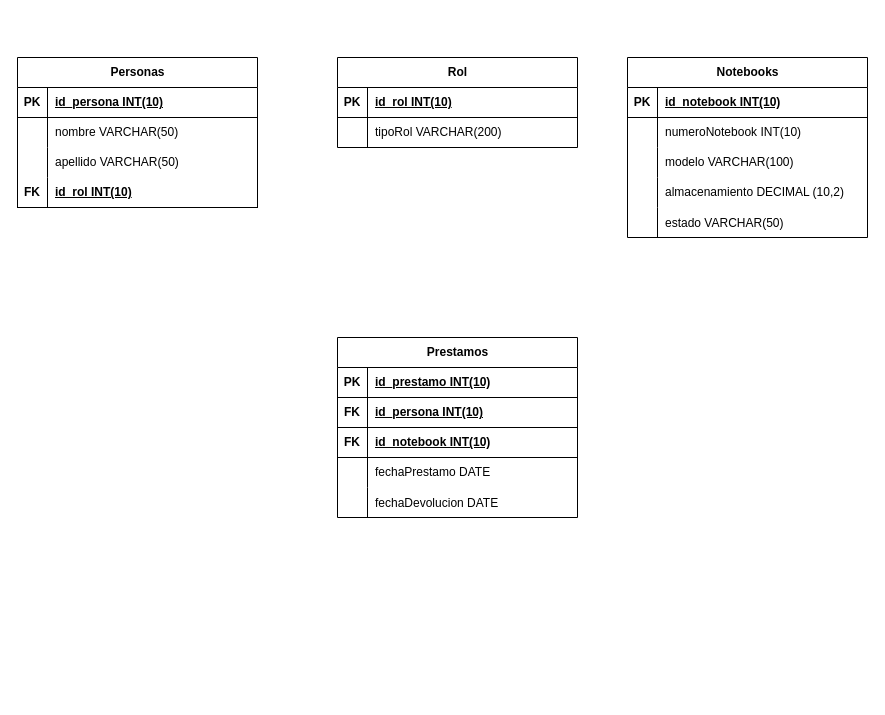
This is Sistema de Gestión de Préstamos de Notebooks en una Universidad.drawio from Francisco-Galea/Diagramas-y-Otros, a draw.io file, before an edit. Source tidied: cells renumbered, new cells numbered last; positions are measured from the earlier drawing's top-left corner, leaving out a move shared by most shapes. Both pictures are drawn from the tidied source at 100%, with x=0, y=0 at pixel (17, 57).
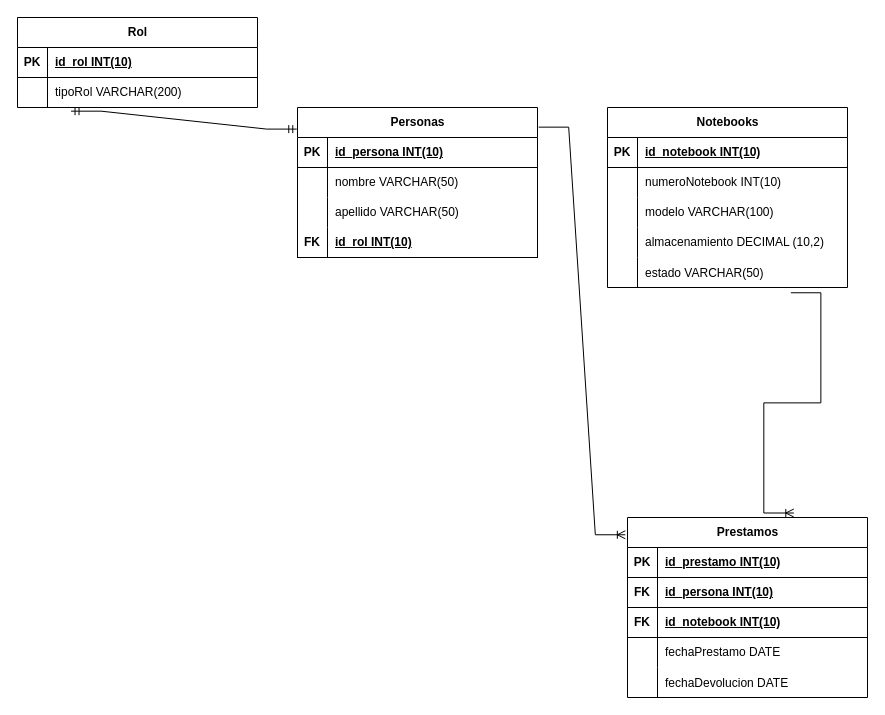
The same diagram, later.

Unchanged cells that the change refers to:
```xml
<mxCell id="19" style="shape=tableRow;horizontal=0;startSize=0;swimlaneHead=0;swimlaneBody=0;fillColor=none;points=[[0,0.5],[1,0.5]];portConstraint=eastwest;top=0;left=0;right=0;bottom=0;" parent="15" vertex="1">
  <mxGeometry y="60" width="240" height="30" as="geometry" />
</mxCell>
<mxCell id="35" style="shape=tableRow;horizontal=0;startSize=0;swimlaneHead=0;swimlaneBody=0;fillColor=none;points=[[0,0.5],[1,0.5]];portConstraint=eastwest;top=0;left=0;right=0;bottom=0;" parent="22" vertex="1">
  <mxGeometry y="150" width="240" height="30" as="geometry" />
</mxCell>
```

What changed in the source:
```diff
@@
     <mxCell id="2" value="Personas" style="shape=table;startSize=30;childLayout=tableLayout;rowLines=0;fontStyle=1;align=center;html=1;" parent="1" vertex="1">
-      <mxGeometry width="240" height="150" as="geometry" />
+      <mxGeometry x="280" y="50" width="240" height="150" as="geometry" />
     </mxCell>
@@
     <mxCell id="15" value="Rol" style="shape=table;startSize=30;childLayout=tableLayout;rowLines=0;fontStyle=1;align=center;html=1;" parent="1" vertex="1">
-      <mxGeometry x="320" width="240" height="90" as="geometry" />
+      <mxGeometry y="-40" width="240" height="90" as="geometry" />
     </mxCell>
@@
     <mxCell id="22" value="Notebooks" style="shape=table;startSize=30;childLayout=tableLayout;rowLines=0;fontStyle=1;align=center;html=1;" parent="1" vertex="1">
-      <mxGeometry x="610" width="240" height="180" as="geometry" />
+      <mxGeometry x="590" y="50" width="240" height="180" as="geometry" />
     </mxCell>
@@
     <mxCell id="38" value="Prestamos" style="shape=table;startSize=30;childLayout=tableLayout;rowLines=0;fontStyle=1;align=center;html=1;" parent="1" vertex="1">
-      <mxGeometry x="320" y="280" width="240" height="180" as="geometry" />
+      <mxGeometry x="610" y="460" width="240" height="180" as="geometry" />
     </mxCell>
@@
+    <mxCell id="54" style="edgeStyle=entityRelationEdgeStyle;fontSize=12;html=1;endArrow=ERoneToMany;rounded=0;exitX=0.764;exitY=1.176;exitDx=0;exitDy=0;exitPerimeter=0;entryX=0.693;entryY=-0.025;entryDx=0;entryDy=0;entryPerimeter=0;" parent="1" edge="1" source="35" target="38">
+      <mxGeometry relative="1" as="geometry">
+        <Array as="points">
+          <mxPoint x="720" y="310" />
+          <mxPoint x="720" y="300" />
+          <mxPoint x="690" y="300" />
+        </Array>
+      </mxGeometry>
+    </mxCell>
+    <mxCell id="55" style="edgeStyle=entityRelationEdgeStyle;fontSize=12;html=1;endArrow=ERoneToMany;rounded=0;exitX=1.005;exitY=0.131;exitDx=0;exitDy=0;exitPerimeter=0;entryX=-0.009;entryY=0.096;entryDx=0;entryDy=0;entryPerimeter=0;" parent="1" edge="1" source="2" target="38">
+      <mxGeometry relative="1" as="geometry" />
+    </mxCell>
+    <mxCell id="56" style="edgeStyle=entityRelationEdgeStyle;fontSize=12;html=1;endArrow=ERmandOne;startArrow=ERmandOne;rounded=0;exitX=0.223;exitY=1.122;exitDx=0;exitDy=0;exitPerimeter=0;entryX=-0.003;entryY=0.144;entryDx=0;entryDy=0;entryPerimeter=0;" parent="1" edge="1" source="19" target="2">
+      <mxGeometry relative="1" as="geometry" />
+    </mxCell>
```
